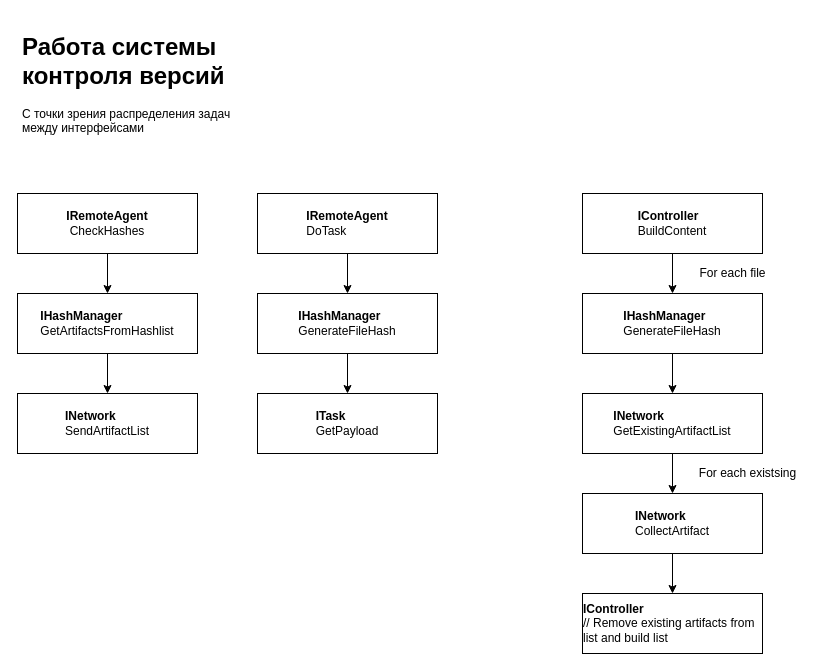
This is page "Интерфейсы" (2 of 2) of Diagramms/VCS.drawio from endermAH/distributed_content_builder, a draw.io file, before an edit. Source tidied: cells renumbered, new cells numbered last; positions are measured from the earlier drawing's top-left corner, leaving out a move shared by most shapes. Both pictures are drawn from the tidied source at 100%, with x=0, y=0 at pixel (17, 27).
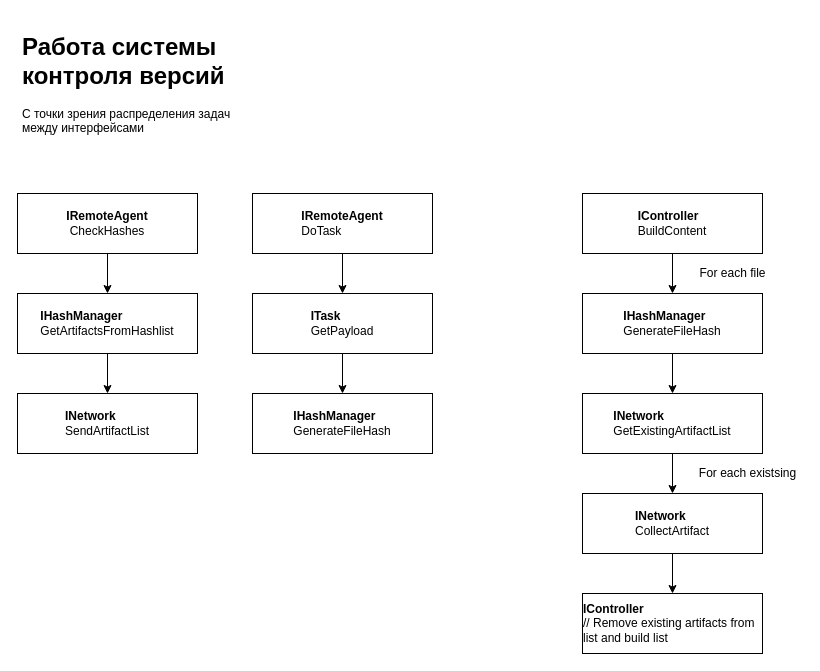
The same diagram, later.

Change to the diagram source:
```diff
@@
+    <mxCell id="24" style="edgeStyle=orthogonalEdgeStyle;rounded=0;jettySize=auto;html=1;entryX=0.5;entryY=0;entryDx=0;entryDy=0;" parent="1" edge="1" source="5" target="12">
+      <mxGeometry relative="1" as="geometry" />
+    </mxCell>
     <mxCell id="5" value="&lt;div style=&quot;text-align: left&quot;&gt;&lt;b&gt;ITask&lt;/b&gt;&lt;/div&gt;GetPayload" style="rounded=0;whiteSpace=wrap;html=1;" parent="1" vertex="1">
-      <mxGeometry x="240" y="366" width="180" height="60" as="geometry" />
+      <mxGeometry x="235" y="266" width="180" height="60" as="geometry" />
     </mxCell>
@@
-    <mxCell id="9" style="edgeStyle=orthogonalEdgeStyle;rounded=0;jettySize=auto;html=1;exitX=0.5;exitY=1;exitDx=0;exitDy=0;entryX=0.5;entryY=0;entryDx=0;entryDy=0;" parent="1" edge="1" source="10" target="12">
-      <mxGeometry relative="1" as="geometry" />
-    </mxCell>
+    <mxCell id="25" style="edgeStyle=orthogonalEdgeStyle;rounded=0;jettySize=auto;html=1;entryX=0.5;entryY=0;entryDx=0;entryDy=0;" parent="1" edge="1" source="10" target="5">
+      <mxGeometry relative="1" as="geometry" />
+    </mxCell>
     <mxCell id="10" value="&lt;div style=&quot;text-align: left&quot;&gt;&lt;b&gt;IRemoteAgent&lt;/b&gt;&lt;/div&gt;&lt;div style=&quot;text-align: left&quot;&gt;&lt;span&gt;DoTask&lt;/span&gt;&lt;/div&gt;" style="rounded=0;whiteSpace=wrap;html=1;" parent="1" vertex="1">
-      <mxGeometry x="240" y="166" width="180" height="60" as="geometry" />
+      <mxGeometry x="235" y="166" width="180" height="60" as="geometry" />
     </mxCell>
-    <mxCell id="11" style="edgeStyle=orthogonalEdgeStyle;rounded=0;jettySize=auto;html=1;exitX=0.5;exitY=1;exitDx=0;exitDy=0;entryX=0.5;entryY=0;entryDx=0;entryDy=0;" parent="1" edge="1" source="12" target="5">
-      <mxGeometry relative="1" as="geometry" />
-    </mxCell>
     <mxCell id="12" value="&lt;div style=&quot;text-align: left&quot;&gt;&lt;b&gt;IHashManager&lt;/b&gt;&lt;/div&gt;&lt;div style=&quot;text-align: left&quot;&gt;GenerateFileHash&lt;/div&gt;" style="rounded=0;whiteSpace=wrap;html=1;" parent="1" vertex="1">
-      <mxGeometry x="240" y="266" width="180" height="60" as="geometry" />
+      <mxGeometry x="235" y="366" width="180" height="60" as="geometry" />
     </mxCell>
```
